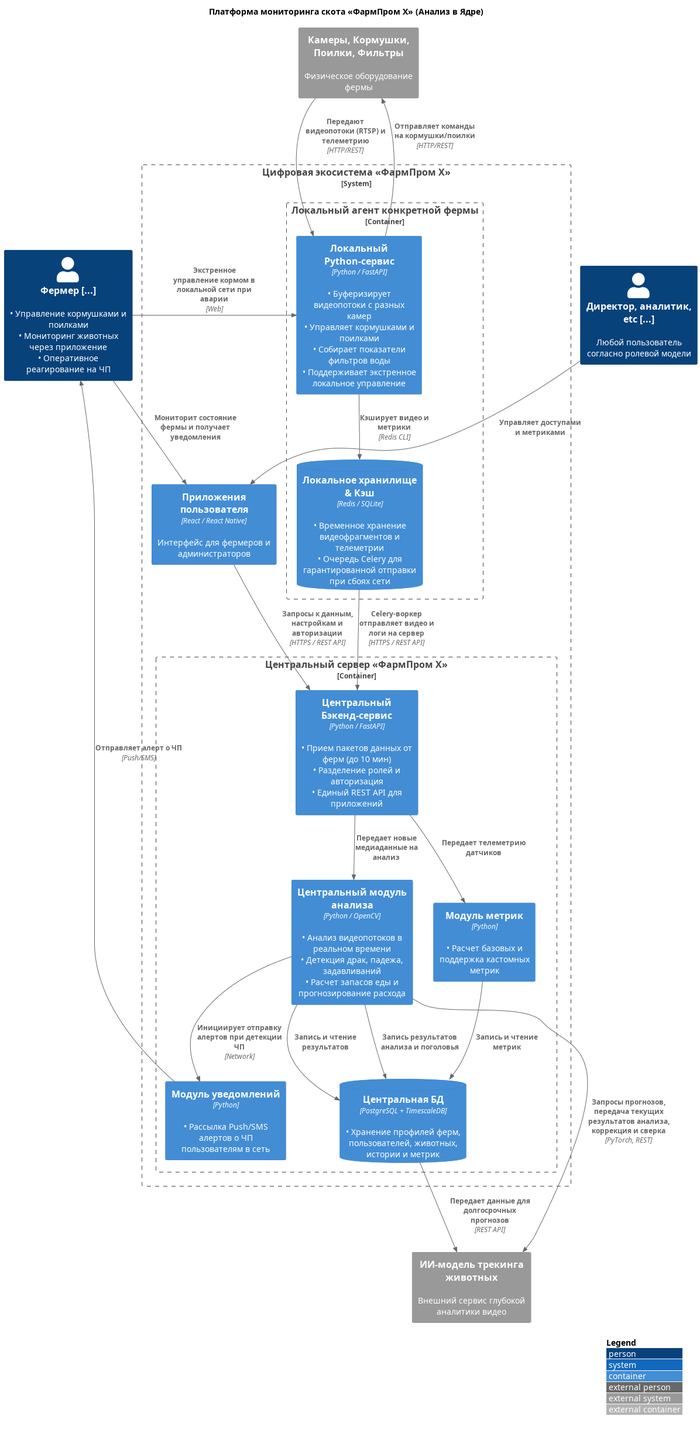
Before: Task2/C2_2.png, a diagram exported from PlantUML (m0u5ec/MSA-AgroTech).
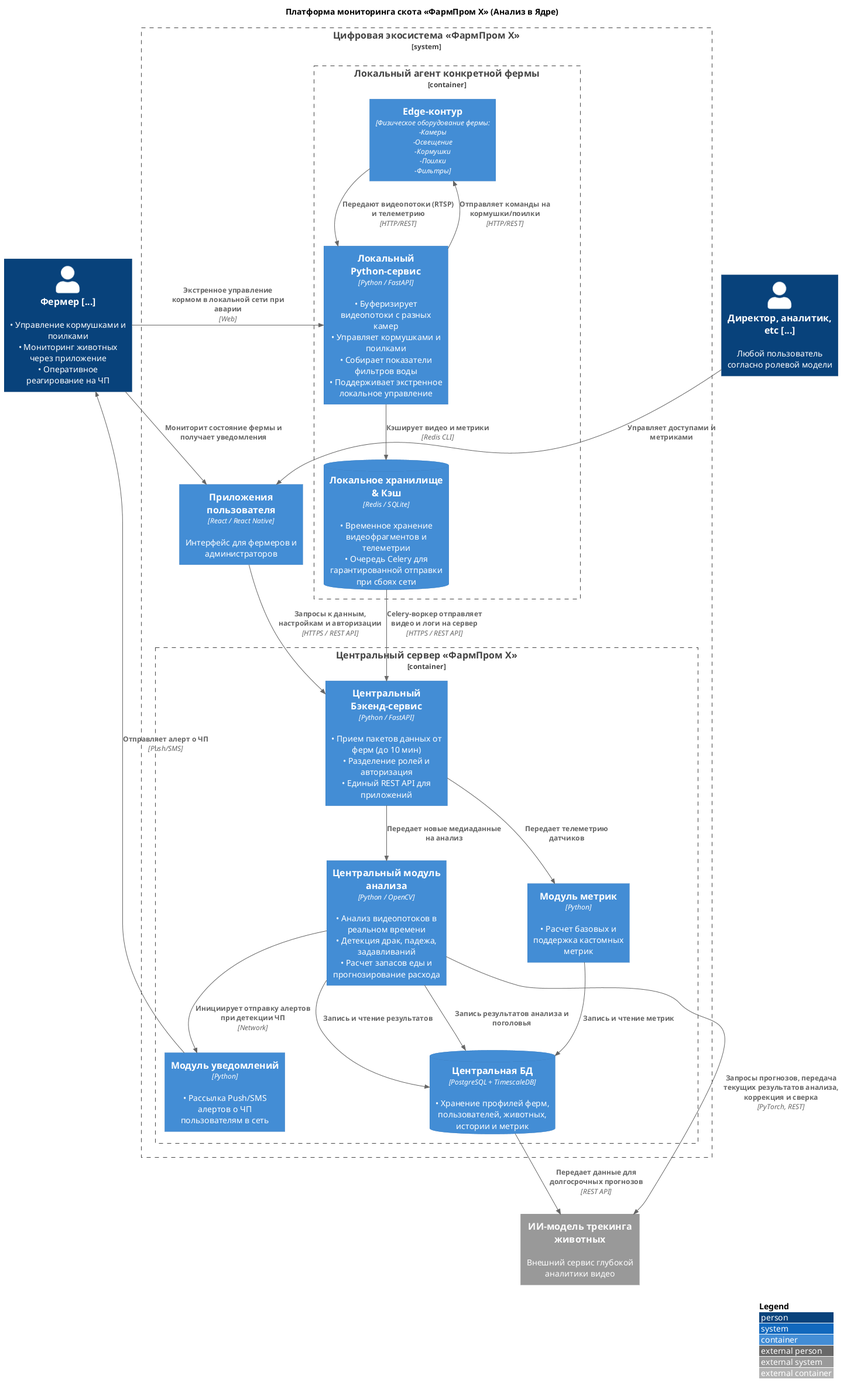
After the change.

Diff of the diagram source:
```diff
@@ -11,6 +11,7 @@
 System_Boundary(farmprom_ecosystem, "Цифровая экосистема «ФармПром X»") {
 
     Container_Boundary(local_agent, "Локальный агент конкретной фермы") {
+Container(hardware, "Edge-контур", "Физическое оборудование фермы:\n-Камеры\n-Освещение\n-Кормушки\n-Поилки\n-Фильтры")
         Container(local_monolith, "Локальный Python-сервис", "Python / FastAPI", "• Буферизирует видеопотоки с разных камер\n• Управляет кормушками и поилками\n• Собирает показатели фильтров воды\n• Поддерживает экстренное локальное управление")
         ContainerDb(local_redis, "Локальное хранилище & Кэш", "Redis / SQLite", "• Временное хранение видеофрагментов и телеметрии\n• Очередь Celery для гарантированной отправки при сбоях сети")
     }
@@ -30,7 +31,7 @@
 }
 
 System_Ext(ext_ai, "ИИ-модель трекинга животных", "Внешний сервис глубокой аналитики видео")
-System_Ext(hardware, "Камеры, Кормушки, Поилки, Фильтры", "Физическое оборудование фермы")
+
 
 Rel(hardware, local_monolith, "Передают видеопотоки (RTSP) и телеметрию", "HTTP/REST")
 Rel(local_monolith, hardware, "Отправляет команды на кормушки/поилки", "HTTP/REST")
```
